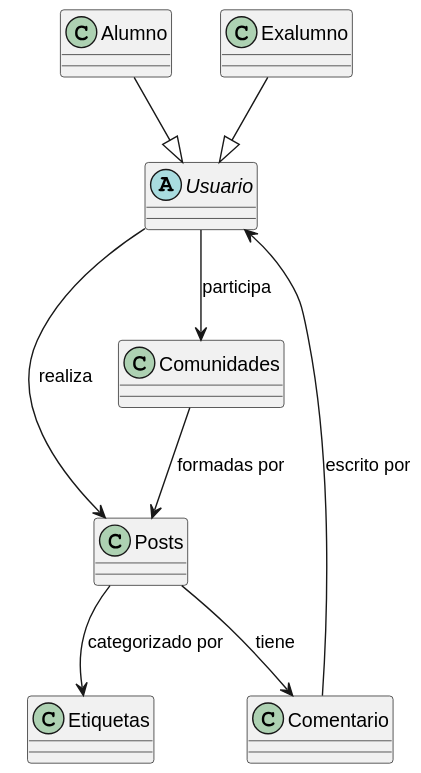
Above: images/modelosUML - SVG/4ª_Iteración/Diagrama_Entidades.svg in mmasias/24-25-IdSw1-SDR (PlantUML), before the change.
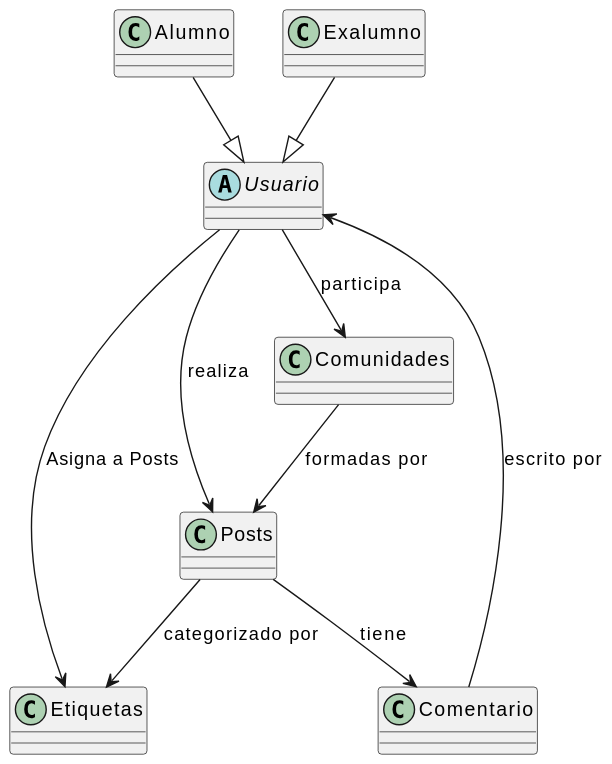
After the change.

The edit, as a diff of the source:
```diff
@@ -17,4 +17,5 @@
 Posts --> Etiquetas : categorizado por
 Posts --> Comentario : tiene
 Comentario --> Usuario : escrito por
+Usuario --> Etiquetas : Asigna a Posts
 @enduml
```
